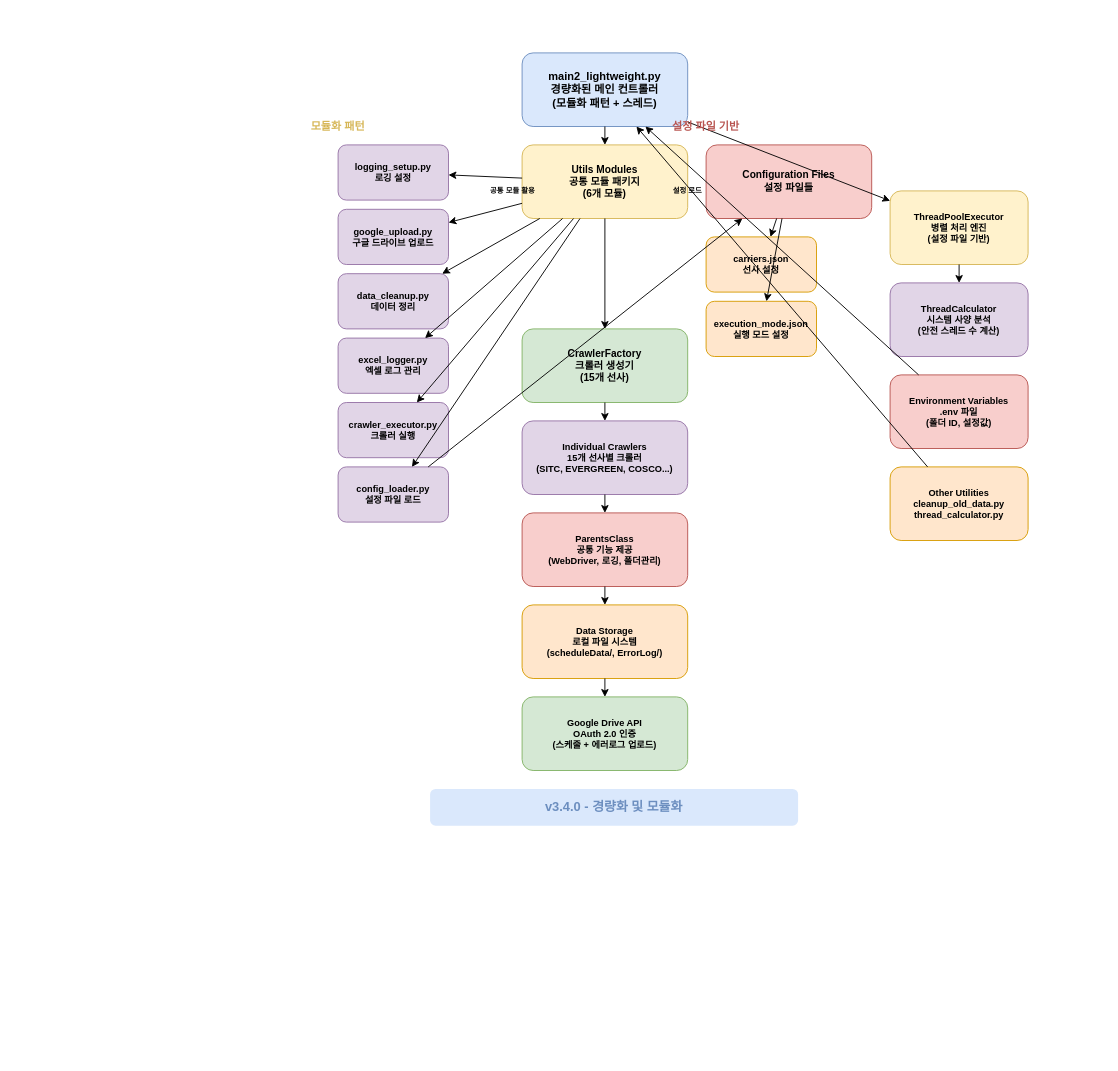
Above: totalSystem.drawio in Binkoon/RPA_Crawling (draw.io), before the change. Source tidied: cells renumbered, new cells numbered last; positions are measured from the earlier drawing's top-left corner, leaving out a move shared by most shapes. Both pictures are drawn from the tidied source at 92%, with x=0, y=0 at pixel (292, 52).
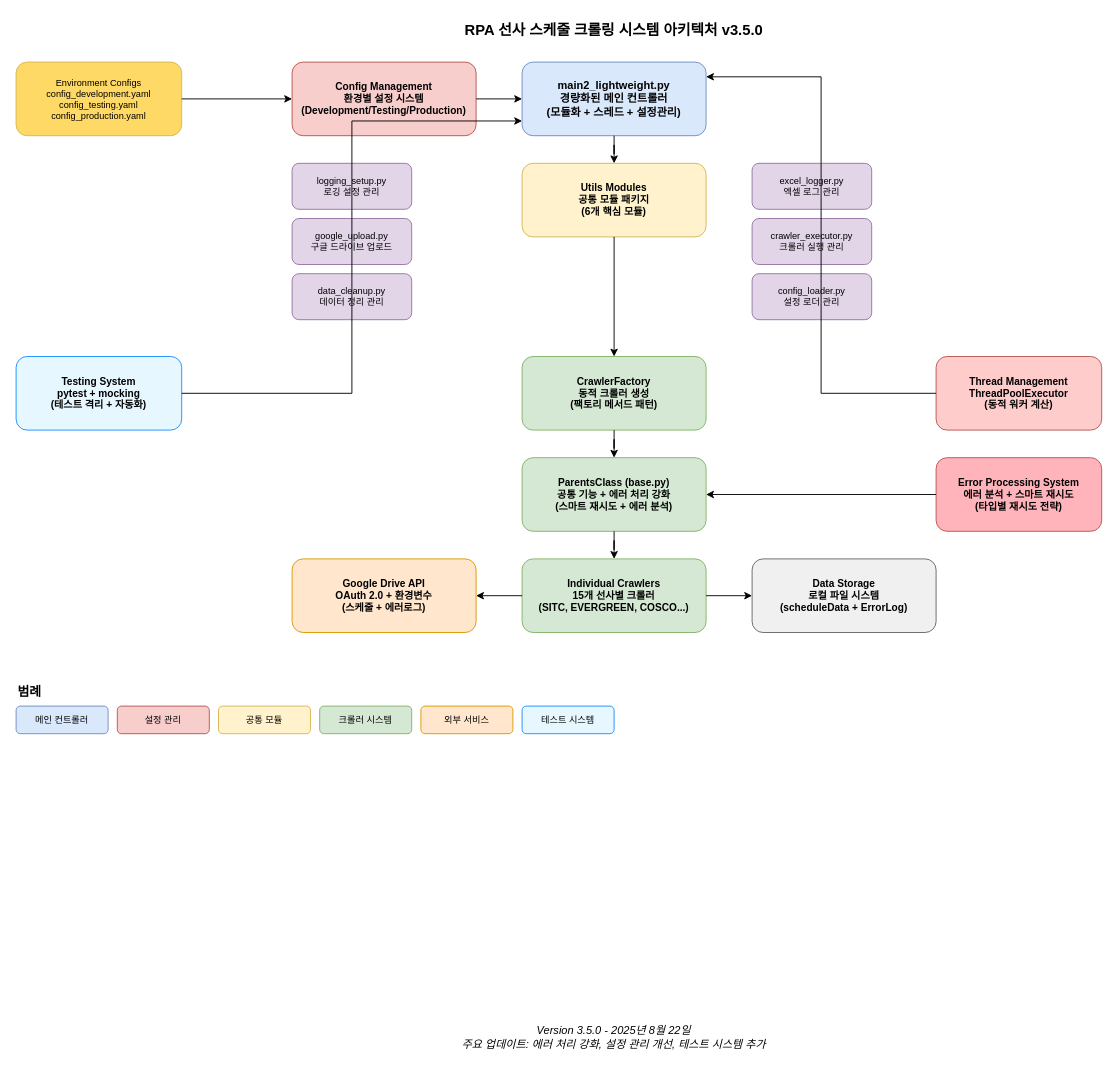
Above is the later version.

What changed in the source:
```diff
@@
+    <mxCell id="46" value="RPA 선사 스케줄 크롤링 시스템 아키텍처 v3.5.0" style="text;html=1;strokeColor=none;fillColor=none;align=center;verticalAlign=middle;whiteSpace=wrap;rounded=0;fontSize=16;fontStyle=1;" parent="1" vertex="1">
+      <mxGeometry x="150" y="-40" width="400" height="30" as="geometry" />
+    </mxCell>
-    <mxCell id="2" value="main2_lightweight.py&#10;경량화된 메인 컨트롤러&#10;(모듈화 패턴 + 스레드)" style="rounded=1;whiteSpace=wrap;html=1;fillColor=#dae8fc;strokeColor=#6c8ebf;fontSize=12;fontStyle=1;" parent="1" vertex="1">
-      <mxGeometry x="250" width="180" height="80" as="geometry" />
+    <mxCell id="2" value="main2_lightweight.py&#10;경량화된 메인 컨트롤러&#10;(모듈화 + 스레드 + 설정관리)" style="rounded=1;whiteSpace=wrap;html=1;fillColor=#dae8fc;strokeColor=#6c8ebf;fontSize=12;fontStyle=1;" parent="1" vertex="1">
+      <mxGeometry x="250" y="10" width="200" height="80" as="geometry" />
     </mxCell>
+    <mxCell id="9" value="Config Management&#10;환경별 설정 시스템&#10;(Development/Testing/Production)" style="rounded=1;whiteSpace=wrap;html=1;fillColor=#f8cecc;strokeColor=#b85450;fontSize=11;fontStyle=1;" parent="1" vertex="1">
+      <mxGeometry y="10" width="200" height="80" as="geometry" />
+    </mxCell>
-    <mxCell id="3" value="Utils Modules&#10;공통 모듈 패키지&#10;(6개 모듈)" style="rounded=1;whiteSpace=wrap;html=1;fillColor=#fff2cc;strokeColor=#d6b656;fontSize=11;fontStyle=1;" parent="1" vertex="1">
-      <mxGeometry x="250" y="100" width="180" height="80" as="geometry" />
+    <mxCell id="3" value="Utils Modules&#10;공통 모듈 패키지&#10;(6개 핵심 모듈)" style="rounded=1;whiteSpace=wrap;html=1;fillColor=#fff2cc;strokeColor=#d6b656;fontSize=11;fontStyle=1;" parent="1" vertex="1">
+      <mxGeometry x="250" y="120" width="200" height="80" as="geometry" />
     </mxCell>
-    <mxCell id="4" value="logging_setup.py&#10;로깅 설정" style="rounded=1;whiteSpace=wrap;html=1;fillColor=#e1d5e7;strokeColor=#9673a6;fontSize=10;fontStyle=1;" parent="1" vertex="1">
-      <mxGeometry x="50" y="100" width="120" height="60" as="geometry" />
+    <mxCell id="4" value="logging_setup.py&#10;로깅 설정 관리" style="rounded=1;whiteSpace=wrap;html=1;fillColor=#e1d5e7;strokeColor=#9673a6;fontSize=10;" parent="1" vertex="1">
+      <mxGeometry y="120" width="130" height="50" as="geometry" />
     </mxCell>
-    <mxCell id="5" value="google_upload.py&#10;구글 드라이브 업로드" style="rounded=1;whiteSpace=wrap;html=1;fillColor=#e1d5e7;strokeColor=#9673a6;fontSize=10;fontStyle=1;" parent="1" vertex="1">
-      <mxGeometry x="50" y="170" width="120" height="60" as="geometry" />
+    <mxCell id="5" value="google_upload.py&#10;구글 드라이브 업로드" style="rounded=1;whiteSpace=wrap;html=1;fillColor=#e1d5e7;strokeColor=#9673a6;fontSize=10;" parent="1" vertex="1">
+      <mxGeometry y="180" width="130" height="50" as="geometry" />
     </mxCell>
-    <mxCell id="6" value="data_cleanup.py&#10;데이터 정리" style="rounded=1;whiteSpace=wrap;html=1;fillColor=#e1d5e7;strokeColor=#9673a6;fontSize=10;fontStyle=1;" parent="1" vertex="1">
-      <mxGeometry x="50" y="240" width="120" height="60" as="geometry" />
+    <mxCell id="6" value="data_cleanup.py&#10;데이터 정리 관리" style="rounded=1;whiteSpace=wrap;html=1;fillColor=#e1d5e7;strokeColor=#9673a6;fontSize=10;" parent="1" vertex="1">
+      <mxGeometry y="240" width="130" height="50" as="geometry" />
     </mxCell>
-    <mxCell id="7" value="excel_logger.py&#10;엑셀 로그 관리" style="rounded=1;whiteSpace=wrap;html=1;fillColor=#e1d5e7;strokeColor=#9673a6;fontSize=10;fontStyle=1;" parent="1" vertex="1">
-      <mxGeometry x="50" y="310" width="120" height="60" as="geometry" />
+    <mxCell id="7" value="excel_logger.py&#10;엑셀 로그 관리" style="rounded=1;whiteSpace=wrap;html=1;fillColor=#e1d5e7;strokeColor=#9673a6;fontSize=10;" parent="1" vertex="1">
+      <mxGeometry x="500" y="120" width="130" height="50" as="geometry" />
     </mxCell>
-    <mxCell id="8" value="crawler_executor.py&#10;크롤러 실행" style="rounded=1;whiteSpace=wrap;html=1;fillColor=#e1d5e7;strokeColor=#9673a6;fontSize=10;fontStyle=1;" parent="1" vertex="1">
-      <mxGeometry x="50" y="380" width="120" height="60" as="geometry" />
+    <mxCell id="8" value="crawler_executor.py&#10;크롤러 실행 관리" style="rounded=1;whiteSpace=wrap;html=1;fillColor=#e1d5e7;strokeColor=#9673a6;fontSize=10;" parent="1" vertex="1">
+      <mxGeometry x="500" y="180" width="130" height="50" as="geometry" />
     </mxCell>
-    <mxCell id="9" value="config_loader.py&#10;설정 파일 로드" style="rounded=1;whiteSpace=wrap;html=1;fillColor=#e1d5e7;strokeColor=#9673a6;fontSize=10;fontStyle=1;" parent="1" vertex="1">
-      <mxGeometry x="50" y="450" width="120" height="60" as="geometry" />
-    </mxCell>
-    <mxCell id="10" value="Configuration Files&#10;설정 파일들" style="rounded=1;whiteSpace=wrap;html=1;fillColor=#f8cecc;strokeColor=#b85450;fontSize=11;fontStyle=1;" parent="1" vertex="1">
-      <mxGeometry x="450" y="100" width="180" height="80" as="geometry" />
-    </mxCell>
-    <mxCell id="11" value="carriers.json&#10;선사 설정" style="rounded=1;whiteSpace=wrap;html=1;fillColor=#ffe6cc;strokeColor=#d79b00;fontSize=10;fontStyle=1;" parent="1" vertex="1">
-      <mxGeometry x="450" y="200" width="120" height="60" as="geometry" />
-    </mxCell>
-    <mxCell id="12" value="execution_mode.json&#10;실행 모드 설정" style="rounded=1;whiteSpace=wrap;html=1;fillColor=#ffe6cc;strokeColor=#d79b00;fontSize=10;fontStyle=1;" parent="1" vertex="1">
-      <mxGeometry x="450" y="270" width="120" height="60" as="geometry" />
-    </mxCell>
+    <mxCell id="47" value="config_loader.py&#10;설정 로더 관리" style="rounded=1;whiteSpace=wrap;html=1;fillColor=#e1d5e7;strokeColor=#9673a6;fontSize=10;" parent="1" vertex="1">
+      <mxGeometry x="500" y="240" width="130" height="50" as="geometry" />
+    </mxCell>
+    <mxCell id="48" value="Environment Configs&#10;config_development.yaml&#10;config_testing.yaml&#10;config_production.yaml" style="rounded=1;whiteSpace=wrap;html=1;fillColor=#ffd966;strokeColor=#d6b656;fontSize=10;" parent="1" vertex="1">
+      <mxGeometry x="-300" y="10" width="180" height="80" as="geometry" />
+    </mxCell>
-    <mxCell id="13" value="CrawlerFactory&#10;크롤러 생성기&#10;(15개 선사)" style="rounded=1;whiteSpace=wrap;html=1;fillColor=#d5e8d4;strokeColor=#82b366;fontSize=11;fontStyle=1;" parent="1" vertex="1">
-      <mxGeometry x="250" y="300" width="180" height="80" as="geometry" />
+    <mxCell id="13" value="CrawlerFactory&#10;동적 크롤러 생성&#10;(팩토리 메서드 패턴)" style="rounded=1;whiteSpace=wrap;html=1;fillColor=#d5e8d4;strokeColor=#82b366;fontSize=11;fontStyle=1;" parent="1" vertex="1">
+      <mxGeometry x="250" y="330" width="200" height="80" as="geometry" />
     </mxCell>
+    <mxCell id="15" value="ParentsClass (base.py)&#10;공통 기능 + 에러 처리 강화&#10;(스마트 재시도 + 에러 분석)" style="rounded=1;whiteSpace=wrap;html=1;fillColor=#d5e8d4;strokeColor=#82b366;fontSize=11;fontStyle=1;" parent="1" vertex="1">
+      <mxGeometry x="250" y="440" width="200" height="80" as="geometry" />
+    </mxCell>
-    <mxCell id="14" value="Individual Crawlers&#10;15개 선사별 크롤러&#10;(SITC, EVERGREEN, COSCO...)" style="rounded=1;whiteSpace=wrap;html=1;fillColor=#e1d5e7;strokeColor=#9673a6;fontSize=10;fontStyle=1;" parent="1" vertex="1">
-      <mxGeometry x="250" y="400" width="180" height="80" as="geometry" />
+    <mxCell id="14" value="Individual Crawlers&#10;15개 선사별 크롤러&#10;(SITC, EVERGREEN, COSCO...)" style="rounded=1;whiteSpace=wrap;html=1;fillColor=#d5e8d4;strokeColor=#82b366;fontSize=11;fontStyle=1;" parent="1" vertex="1">
+      <mxGeometry x="250" y="550" width="200" height="80" as="geometry" />
     </mxCell>
-    <mxCell id="15" value="ParentsClass&#10;공통 기능 제공&#10;(WebDriver, 로깅, 폴더관리)" style="rounded=1;whiteSpace=wrap;html=1;fillColor=#f8cecc;strokeColor=#b85450;fontSize=10;fontStyle=1;" parent="1" vertex="1">
-      <mxGeometry x="250" y="500" width="180" height="80" as="geometry" />
-    </mxCell>
+    <mxCell id="49" value="Google Drive API&#10;OAuth 2.0 + 환경변수&#10;(스케줄 + 에러로그)" style="rounded=1;whiteSpace=wrap;html=1;fillColor=#ffe6cc;strokeColor=#d79b00;fontSize=11;fontStyle=1;" parent="1" vertex="1">
+      <mxGeometry y="550" width="200" height="80" as="geometry" />
+    </mxCell>
-    <mxCell id="16" value="Data Storage&#10;로컬 파일 시스템&#10;(scheduleData/, ErrorLog/)" style="rounded=1;whiteSpace=wrap;html=1;fillColor=#ffe6cc;strokeColor=#d79b00;fontSize=10;fontStyle=1;" parent="1" vertex="1">
-      <mxGeometry x="250" y="600" width="180" height="80" as="geometry" />
+    <mxCell id="16" value="Data Storage&#10;로컬 파일 시스템&#10;(scheduleData + ErrorLog)" style="rounded=1;whiteSpace=wrap;html=1;fillColor=#f0f0f0;strokeColor=#666666;fontSize=11;fontStyle=1;" parent="1" vertex="1">
+      <mxGeometry x="500" y="550" width="200" height="80" as="geometry" />
     </mxCell>
-    <mxCell id="17" value="Google Drive API&#10;OAuth 2.0 인증&#10;(스케줄 + 에러로그 업로드)" style="rounded=1;whiteSpace=wrap;html=1;fillColor=#d5e8d4;strokeColor=#82b366;fontSize=10;fontStyle=1;" parent="1" vertex="1">
-      <mxGeometry x="250" y="700" width="180" height="80" as="geometry" />
-    </mxCell>
-    <mxCell id="18" value="ThreadPoolExecutor&#10;병렬 처리 엔진&#10;(설정 파일 기반)" style="rounded=1;whiteSpace=wrap;html=1;fillColor=#fff2cc;strokeColor=#d6b656;fontSize=10;fontStyle=1;" parent="1" vertex="1">
-      <mxGeometry x="650" y="150" width="150" height="80" as="geometry" />
-    </mxCell>
-    <mxCell id="19" value="ThreadCalculator&#10;시스템 사양 분석&#10;(안전 스레드 수 계산)" style="rounded=1;whiteSpace=wrap;html=1;fillColor=#e1d5e7;strokeColor=#9673a6;fontSize=10;fontStyle=1;" parent="1" vertex="1">
-      <mxGeometry x="650" y="250" width="150" height="80" as="geometry" />
-    </mxCell>
-    <mxCell id="20" value="Environment Variables&#10;.env 파일&#10;(폴더 ID, 설정값)" style="rounded=1;whiteSpace=wrap;html=1;fillColor=#f8cecc;strokeColor=#b85450;fontSize=10;fontStyle=1;" parent="1" vertex="1">
-      <mxGeometry x="650" y="350" width="150" height="80" as="geometry" />
-    </mxCell>
-    <mxCell id="21" value="Other Utilities&#10;cleanup_old_data.py&#10;thread_calculator.py" style="rounded=1;whiteSpace=wrap;html=1;fillColor=#ffe6cc;strokeColor=#d79b00;fontSize=10;fontStyle=1;" parent="1" vertex="1">
-      <mxGeometry x="650" y="450" width="150" height="80" as="geometry" />
-    </mxCell>
+    <mxCell id="50" value="Testing System&#10;pytest + mocking&#10;(테스트 격리 + 자동화)" style="rounded=1;whiteSpace=wrap;html=1;fillColor=#e6f7ff;strokeColor=#1890ff;fontSize=11;fontStyle=1;" parent="1" vertex="1">
+      <mxGeometry x="-300" y="330" width="180" height="80" as="geometry" />
+    </mxCell>
+    <mxCell id="51" value="Thread Management&#10;ThreadPoolExecutor&#10;(동적 워커 계산)" style="rounded=1;whiteSpace=wrap;html=1;fillColor=#ffcccc;strokeColor=#b85450;fontSize=11;fontStyle=1;" parent="1" vertex="1">
+      <mxGeometry x="700" y="330" width="180" height="80" as="geometry" />
+    </mxCell>
+    <mxCell id="52" value="Error Processing System&#10;에러 분석 + 스마트 재시도&#10;(타입별 재시도 전략)" style="rounded=1;whiteSpace=wrap;html=1;fillColor=#ffb3ba;strokeColor=#b85450;fontSize=11;fontStyle=1;" parent="1" vertex="1">
+      <mxGeometry x="700" y="440" width="180" height="80" as="geometry" />
+    </mxCell>
-    <mxCell id="22" parent="1" edge="1" source="2" target="3">
+    <mxCell id="22" style="edgeStyle=orthogonalEdgeStyle;rounded=0;jettySize=auto;html=1;entryX=0.5;entryY=0;entryDx=0;entryDy=0;" parent="1" edge="1" source="2" target="3">
       <mxGeometry relative="1" as="geometry" />
     </mxCell>
-    <mxCell id="23" parent="1" edge="1" source="3" target="13">
+    <mxCell id="23" style="edgeStyle=orthogonalEdgeStyle;rounded=0;jettySize=auto;html=1;entryX=0;entryY=0.5;entryDx=0;entryDy=0;" parent="1" edge="1" source="9" target="2">
       <mxGeometry relative="1" as="geometry" />
     </mxCell>
-    <mxCell id="24" parent="1" edge="1" source="13" target="14">
+    <mxCell id="24" style="edgeStyle=orthogonalEdgeStyle;rounded=0;jettySize=auto;html=1;entryX=0;entryY=0.5;entryDx=0;entryDy=0;" parent="1" edge="1" source="48" target="9">
       <mxGeometry relative="1" as="geometry" />
     </mxCell>
-    <mxCell id="25" parent="1" edge="1" source="14" target="15">
+    <mxCell id="25" style="edgeStyle=orthogonalEdgeStyle;rounded=0;jettySize=auto;html=1;entryX=0.5;entryY=0;entryDx=0;entryDy=0;" parent="1" edge="1" source="3" target="13">
       <mxGeometry relative="1" as="geometry" />
     </mxCell>
-    <mxCell id="26" parent="1" edge="1" source="15" target="16">
+    <mxCell id="26" style="edgeStyle=orthogonalEdgeStyle;rounded=0;jettySize=auto;html=1;entryX=0.5;entryY=0;entryDx=0;entryDy=0;" parent="1" edge="1" source="13" target="15">
       <mxGeometry relative="1" as="geometry" />
     </mxCell>
-    <mxCell id="27" parent="1" edge="1" source="16" target="17">
+    <mxCell id="27" style="edgeStyle=orthogonalEdgeStyle;rounded=0;jettySize=auto;html=1;entryX=0.5;entryY=0;entryDx=0;entryDy=0;" parent="1" edge="1" source="15" target="14">
       <mxGeometry relative="1" as="geometry" />
     </mxCell>
-    <mxCell id="28" parent="1" edge="1" source="3" target="4">
+    <mxCell id="28" style="edgeStyle=orthogonalEdgeStyle;rounded=0;jettySize=auto;html=1;entryX=1;entryY=0.5;entryDx=0;entryDy=0;" parent="1" edge="1" source="14" target="49">
       <mxGeometry relative="1" as="geometry" />
     </mxCell>
-    <mxCell id="29" parent="1" edge="1" source="3" target="5">
+    <mxCell id="29" style="edgeStyle=orthogonalEdgeStyle;rounded=0;jettySize=auto;html=1;entryX=0;entryY=0.5;entryDx=0;entryDy=0;" parent="1" edge="1" source="14" target="16">
       <mxGeometry relative="1" as="geometry" />
     </mxCell>
-    <mxCell id="30" parent="1" edge="1" source="3" target="6">
+    <mxCell id="30" style="edgeStyle=orthogonalEdgeStyle;rounded=0;jettySize=auto;html=1;entryX=0;entryY=0.8;entryDx=0;entryDy=0;" parent="1" edge="1" source="50" target="2">
       <mxGeometry relative="1" as="geometry" />
     </mxCell>
-    <mxCell id="31" parent="1" edge="1" source="3" target="7">
+    <mxCell id="31" style="edgeStyle=orthogonalEdgeStyle;rounded=0;jettySize=auto;html=1;entryX=1;entryY=0.2;entryDx=0;entryDy=0;" parent="1" edge="1" source="51" target="2">
       <mxGeometry relative="1" as="geometry" />
     </mxCell>
-    <mxCell id="32" parent="1" edge="1" source="3" target="8">
+    <mxCell id="32" style="edgeStyle=orthogonalEdgeStyle;rounded=0;jettySize=auto;html=1;entryX=1;entryY=0.5;entryDx=0;entryDy=0;" parent="1" edge="1" source="52" target="15">
       <mxGeometry relative="1" as="geometry" />
     </mxCell>
-    <mxCell id="33" parent="1" edge="1" source="3" target="9">
-      <mxGeometry relative="1" as="geometry" />
-    </mxCell>
-    <mxCell id="34" parent="1" edge="1" source="9" target="10">
-      <mxGeometry relative="1" as="geometry" />
-    </mxCell>
-    <mxCell id="35" parent="1" edge="1" source="10" target="11">
-      <mxGeometry relative="1" as="geometry" />
-    </mxCell>
-    <mxCell id="36" parent="1" edge="1" source="10" target="12">
-      <mxGeometry relative="1" as="geometry" />
-    </mxCell>
-    <mxCell id="37" parent="1" edge="1" source="2" target="18">
-      <mxGeometry relative="1" as="geometry" />
-    </mxCell>
-    <mxCell id="38" parent="1" edge="1" source="18" target="19">
-      <mxGeometry relative="1" as="geometry" />
-    </mxCell>
-    <mxCell id="39" parent="1" edge="1" source="20" target="2">
-      <mxGeometry relative="1" as="geometry" />
-    </mxCell>
-    <mxCell id="40" parent="1" edge="1" source="21" target="2">
-      <mxGeometry relative="1" as="geometry" />
-    </mxCell>
-    <mxCell id="41" value="모듈화 패턴" style="text;html=1;strokeColor=none;fillColor=none;align=center;verticalAlign=middle;whiteSpace=wrap;rounded=0;fontSize=12;fontStyle=1;fontColor=#d6b656;" parent="1" vertex="1">
-      <mxGeometry y="70" width="100" height="20" as="geometry" />
-    </mxCell>
-    <mxCell id="42" value="설정 파일 기반" style="text;html=1;strokeColor=none;fillColor=none;align=center;verticalAlign=middle;whiteSpace=wrap;rounded=0;fontSize=12;fontStyle=1;fontColor=#b85450;" parent="1" vertex="1">
-      <mxGeometry x="400" y="70" width="100" height="20" as="geometry" />
-    </mxCell>
-    <mxCell id="43" value="공통 모듈 활용" style="text;html=1;strokeColor=none;fillColor=none;align=center;verticalAlign=middle;whiteSpace=wrap;rounded=0;fontSize=8;fontStyle=1;" parent="1" vertex="1">
-      <mxGeometry x="200" y="140" width="80" height="20" as="geometry" />
-    </mxCell>
-    <mxCell id="44" value="설정 로드" style="text;html=1;strokeColor=none;fillColor=none;align=center;verticalAlign=middle;whiteSpace=wrap;rounded=0;fontSize=8;fontStyle=1;" parent="1" vertex="1">
-      <mxGeometry x="400" y="140" width="60" height="20" as="geometry" />
-    </mxCell>
+    <mxCell id="53" value="범례" style="text;html=1;strokeColor=none;fillColor=none;align=left;verticalAlign=middle;whiteSpace=wrap;rounded=0;fontSize=14;fontStyle=1;" parent="1" vertex="1">
+      <mxGeometry x="-300" y="680" width="60" height="30" as="geometry" />
+    </mxCell>
+    <mxCell id="54" value="메인 컨트롤러" style="rounded=1;whiteSpace=wrap;html=1;fillColor=#dae8fc;strokeColor=#6c8ebf;fontSize=10;" parent="1" vertex="1">
+      <mxGeometry x="-300" y="710" width="100" height="30" as="geometry" />
+    </mxCell>
+    <mxCell id="55" value="설정 관리" style="rounded=1;whiteSpace=wrap;html=1;fillColor=#f8cecc;strokeColor=#b85450;fontSize=10;" parent="1" vertex="1">
+      <mxGeometry x="-190" y="710" width="100" height="30" as="geometry" />
+    </mxCell>
+    <mxCell id="56" value="공통 모듈" style="rounded=1;whiteSpace=wrap;html=1;fillColor=#fff2cc;strokeColor=#d6b656;fontSize=10;" parent="1" vertex="1">
+      <mxGeometry x="-80" y="710" width="100" height="30" as="geometry" />
+    </mxCell>
+    <mxCell id="57" value="크롤러 시스템" style="rounded=1;whiteSpace=wrap;html=1;fillColor=#d5e8d4;strokeColor=#82b366;fontSize=10;" parent="1" vertex="1">
+      <mxGeometry x="30" y="710" width="100" height="30" as="geometry" />
+    </mxCell>
+    <mxCell id="58" value="외부 서비스" style="rounded=1;whiteSpace=wrap;html=1;fillColor=#ffe6cc;strokeColor=#d79b00;fontSize=10;" parent="1" vertex="1">
+      <mxGeometry x="140" y="710" width="100" height="30" as="geometry" />
+    </mxCell>
+    <mxCell id="59" value="테스트 시스템" style="rounded=1;whiteSpace=wrap;html=1;fillColor=#e6f7ff;strokeColor=#1890ff;fontSize=10;" parent="1" vertex="1">
+      <mxGeometry x="250" y="710" width="100" height="30" as="geometry" />
+    </mxCell>
-    <mxCell id="45" value="v3.4.0 - 경량화 및 모듈화" style="text;html=1;strokeColor=none;fillColor=#dae8fc;align=center;verticalAlign=middle;whiteSpace=wrap;rounded=1;fontSize=14;fontStyle=1;fontColor=#6c8ebf;" parent="1" vertex="1">
-      <mxGeometry x="150" y="800" width="400" height="40" as="geometry" />
+    <mxCell id="45" value="Version 3.5.0 - 2025년 8월 22일&#10;주요 업데이트: 에러 처리 강화, 설정 관리 개선, 테스트 시스템 추가" style="text;html=1;strokeColor=none;fillColor=none;align=center;verticalAlign=middle;whiteSpace=wrap;rounded=0;fontSize=12;fontStyle=2;" parent="1" vertex="1">
+      <mxGeometry x="150" y="1050" width="400" height="40" as="geometry" />
     </mxCell>
```
